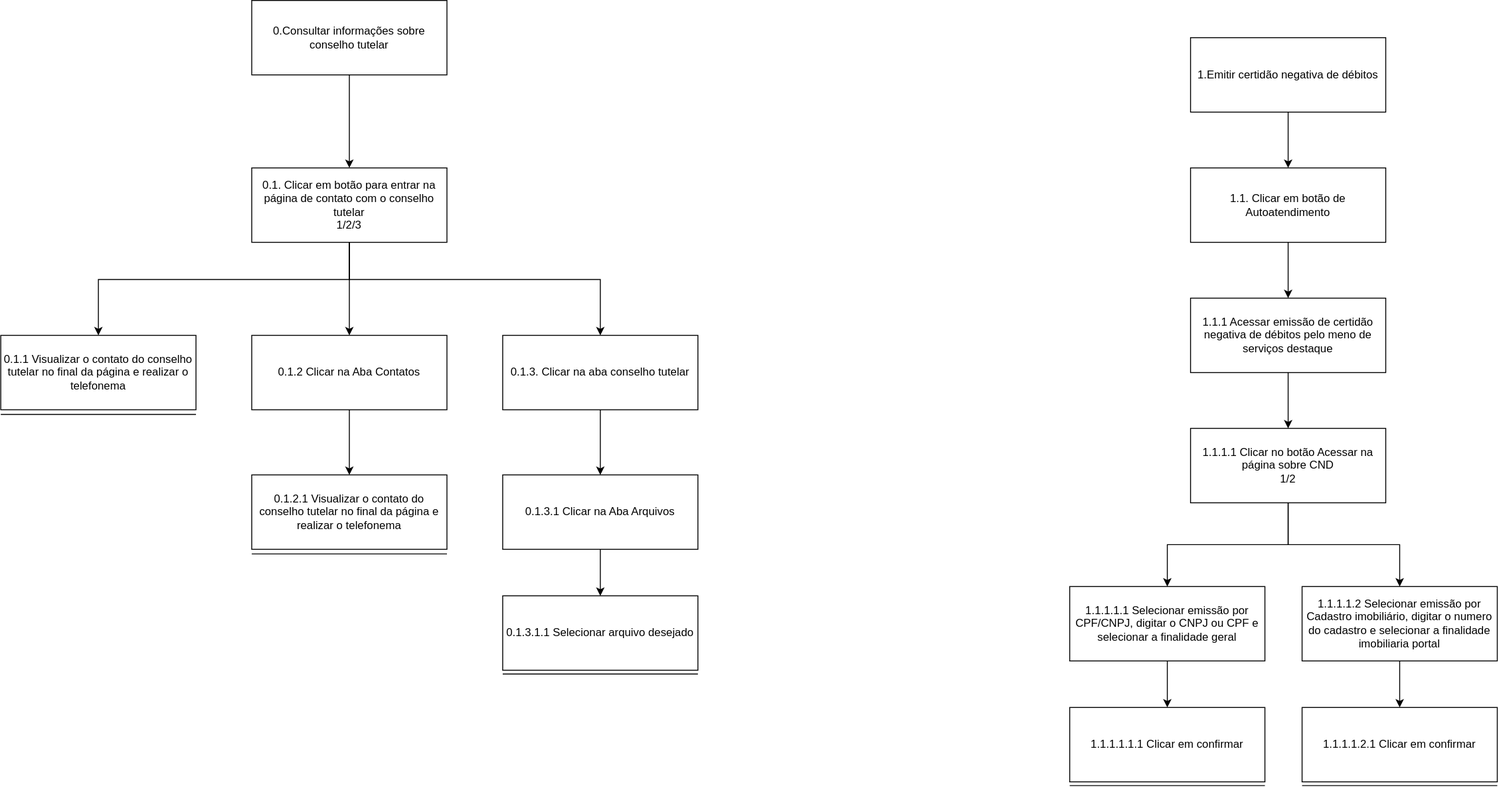
Before: docs/images/analiseTarefas/HTA.svg, a diagram exported from draw.io (Interacao-Humano-Computador/2021.1-Prefeitura-de-Concordia). Source tidied: cells renumbered, new cells last; positions are measured from the earlier drawing's top-left corner, leaving out a move shared by most shapes.
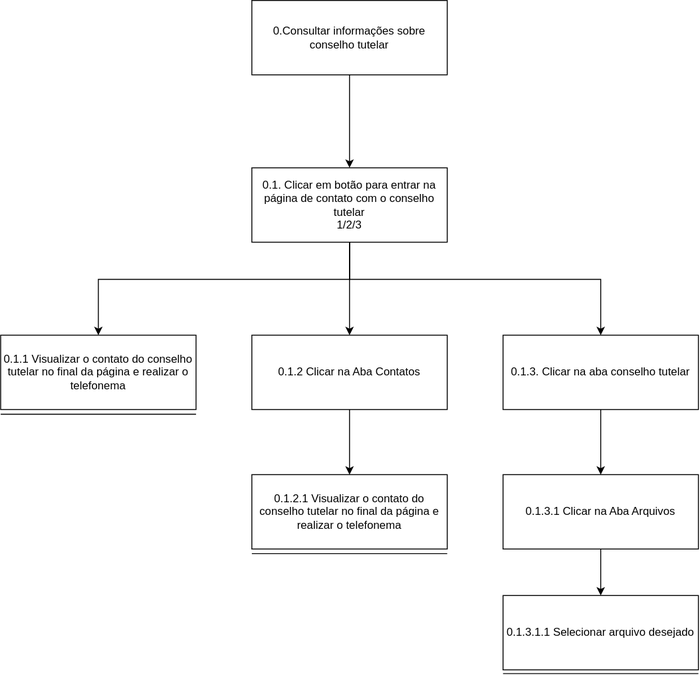
After the change.

Commit message:
Corrigidas imagens HTA

Change to the diagram source:
```diff
@@ -57,80 +57,23 @@
     <mxCell id="16" value="0.1.3.1.1 Selecionar arquivo desejado" style="rounded=0;whiteSpace=wrap;html=1;" parent="1" vertex="1">
       <mxGeometry x="540" y="640" width="210" height="80" as="geometry" />
     </mxCell>
-    <mxCell id="17" style="edgeStyle=orthogonalEdgeStyle;rounded=0;jettySize=auto;html=1;" parent="1" edge="1" source="18" target="20">
-      <mxGeometry relative="1" as="geometry" />
-    </mxCell>
-    <mxCell id="18" value="1.Emitir certidão negativa de débitos" style="rounded=0;whiteSpace=wrap;html=1;" parent="1" vertex="1">
-      <mxGeometry x="1280" y="40" width="210" height="80" as="geometry" />
-    </mxCell>
-    <mxCell id="19" style="edgeStyle=orthogonalEdgeStyle;rounded=0;jettySize=auto;html=1;entryX=0.5;entryY=0;entryDx=0;entryDy=0;" parent="1" edge="1" source="20" target="22">
-      <mxGeometry relative="1" as="geometry" />
-    </mxCell>
-    <mxCell id="20" value="1.1. Clicar em botão de Autoatendimento&lt;br&gt;" style="rounded=0;whiteSpace=wrap;html=1;" parent="1" vertex="1">
-      <mxGeometry x="1280" y="180" width="210" height="80" as="geometry" />
-    </mxCell>
-    <mxCell id="21" style="edgeStyle=orthogonalEdgeStyle;rounded=0;jettySize=auto;html=1;entryX=0.5;entryY=0;entryDx=0;entryDy=0;" parent="1" edge="1" source="22" target="25">
-      <mxGeometry relative="1" as="geometry" />
-    </mxCell>
-    <mxCell id="22" value="1.1.1 Acessar emissão de certidão negativa de débitos pelo meno de serviços destaque" style="rounded=0;whiteSpace=wrap;html=1;" parent="1" vertex="1">
-      <mxGeometry x="1280" y="320" width="210" height="80" as="geometry" />
-    </mxCell>
-    <mxCell id="23" style="edgeStyle=orthogonalEdgeStyle;rounded=0;jettySize=auto;html=1;" parent="1" edge="1" source="25" target="27">
-      <mxGeometry relative="1" as="geometry" />
-    </mxCell>
-    <mxCell id="24" style="edgeStyle=orthogonalEdgeStyle;rounded=0;jettySize=auto;html=1;" parent="1" edge="1" source="25" target="29">
-      <mxGeometry relative="1" as="geometry" />
-    </mxCell>
-    <mxCell id="25" value="1.1.1.1 Clicar no botão Acessar na página sobre CND&lt;br&gt;1/2" style="rounded=0;whiteSpace=wrap;html=1;" parent="1" vertex="1">
-      <mxGeometry x="1280" y="460" width="210" height="80" as="geometry" />
-    </mxCell>
-    <mxCell id="26" style="edgeStyle=orthogonalEdgeStyle;rounded=0;jettySize=auto;html=1;" parent="1" edge="1" source="27" target="30">
-      <mxGeometry relative="1" as="geometry" />
-    </mxCell>
-    <mxCell id="27" value="1.1.1.1.1 Selecionar emissão por CPF/CNPJ, digitar o CNPJ ou CPF e selecionar a finalidade geral" style="rounded=0;whiteSpace=wrap;html=1;" parent="1" vertex="1">
-      <mxGeometry x="1150" y="630" width="210" height="80" as="geometry" />
-    </mxCell>
-    <mxCell id="28" style="edgeStyle=orthogonalEdgeStyle;rounded=0;jettySize=auto;html=1;" parent="1" edge="1" source="29" target="31">
-      <mxGeometry relative="1" as="geometry" />
-    </mxCell>
-    <mxCell id="29" value="1.1.1.1.2 Selecionar emissão por Cadastro imobiliário, digitar o numero do cadastro e selecionar a finalidade imobiliaria portal" style="rounded=0;whiteSpace=wrap;html=1;" parent="1" vertex="1">
-      <mxGeometry x="1400" y="630" width="210" height="80" as="geometry" />
-    </mxCell>
-    <mxCell id="30" value="1.1.1.1.1.1 Clicar em confirmar" style="rounded=0;whiteSpace=wrap;html=1;" parent="1" vertex="1">
-      <mxGeometry x="1150" y="760" width="210" height="80" as="geometry" />
-    </mxCell>
-    <mxCell id="31" value="1.1.1.1.2.1 Clicar em confirmar" style="rounded=0;whiteSpace=wrap;html=1;" parent="1" vertex="1">
-      <mxGeometry x="1400" y="760" width="210" height="80" as="geometry" />
-    </mxCell>
-    <mxCell id="32" style="endArrow=none;html=1;" parent="1" edge="1">
-      <mxGeometry relative="1" as="geometry">
-        <mxPoint y="445" as="sourcePoint" />
-        <mxPoint x="210" y="445" as="targetPoint" />
-      </mxGeometry>
-    </mxCell>
-    <mxCell id="33" style="endArrow=none;html=1;" parent="1" edge="1">
-      <mxGeometry relative="1" as="geometry">
-        <mxPoint x="270" y="595" as="sourcePoint" />
-        <mxPoint x="480" y="595" as="targetPoint" />
-      </mxGeometry>
-    </mxCell>
-    <mxCell id="34" style="endArrow=none;html=1;" parent="1" edge="1">
-      <mxGeometry relative="1" as="geometry">
-        <mxPoint x="540" y="724" as="sourcePoint" />
-        <mxPoint x="750" y="724" as="targetPoint" />
-      </mxGeometry>
-    </mxCell>
-    <mxCell id="35" style="endArrow=none;html=1;" parent="1" edge="1">
-      <mxGeometry relative="1" as="geometry">
-        <mxPoint x="1150" y="844" as="sourcePoint" />
-        <mxPoint x="1360" y="844" as="targetPoint" />
-      </mxGeometry>
-    </mxCell>
-    <mxCell id="36" style="endArrow=none;html=1;" parent="1" edge="1">
-      <mxGeometry relative="1" as="geometry">
-        <mxPoint x="1400" y="844" as="sourcePoint" />
-        <mxPoint x="1610" y="844" as="targetPoint" />
-      </mxGeometry>
-    </mxCell>
+    <mxCell id="37" style="endArrow=none;html=1;" parent="1" edge="1">
+      <mxGeometry relative="1" as="geometry">
+        <mxPoint y="445" as="sourcePoint" />
+        <mxPoint x="210" y="445" as="targetPoint" />
+      </mxGeometry>
+    </mxCell>
+    <mxCell id="38" style="endArrow=none;html=1;" parent="1" edge="1">
+      <mxGeometry relative="1" as="geometry">
+        <mxPoint x="270" y="595" as="sourcePoint" />
+        <mxPoint x="480" y="595" as="targetPoint" />
+      </mxGeometry>
+    </mxCell>
+    <mxCell id="39" style="endArrow=none;html=1;" parent="1" edge="1">
+      <mxGeometry relative="1" as="geometry">
+        <mxPoint x="540" y="724" as="sourcePoint" />
+        <mxPoint x="750" y="724" as="targetPoint" />
+      </mxGeometry>
+    </mxCell>
   </root>
 </mxGraphModel>
```
